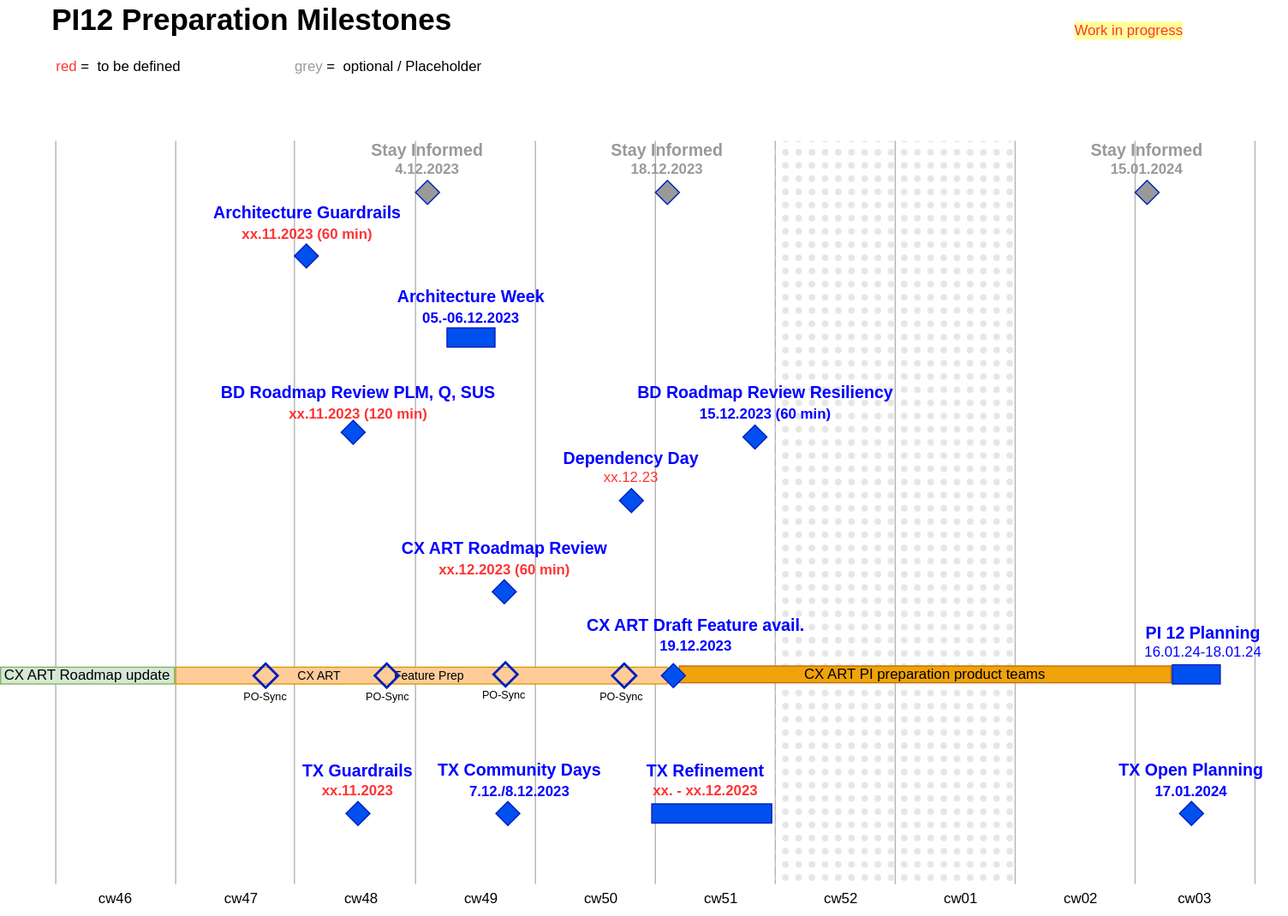
Earlier version of the draw.io export PI12-Preparation-Timeline.drawio.svg (mabige/scratchpad). Source tidied: cells renumbered, new cells last; positions are measured from the earlier drawing's top-left corner, leaving out a move shared by most shapes.
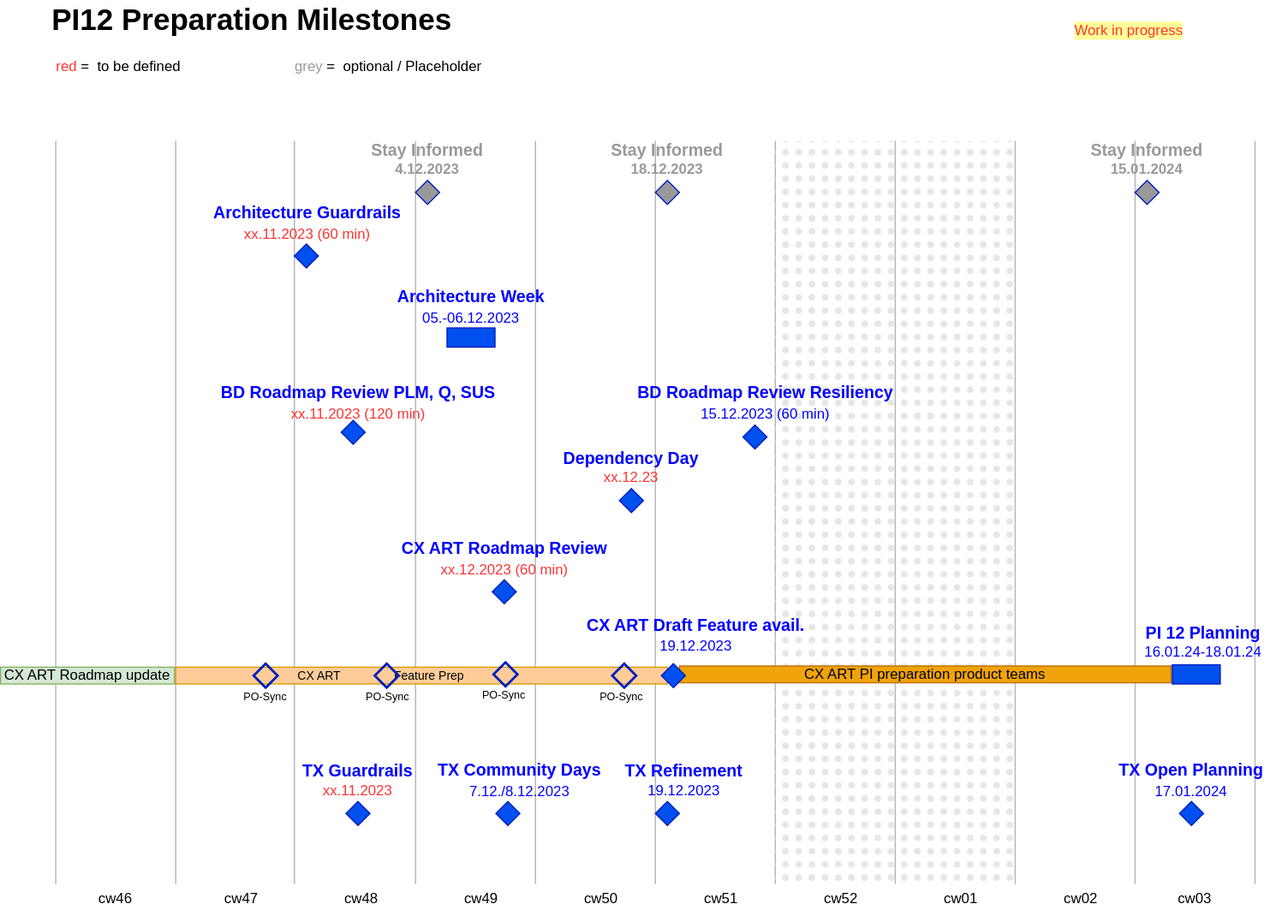
After the change.

The edit, as a diff of the source:
```diff
@@ -137,49 +137,49 @@
     <mxCell id="35" style="rhombus;whiteSpace=wrap;html=1;fillColor=#999999;fontColor=#ffffff;strokeColor=#001DBC;" parent="1" vertex="1">
       <mxGeometry x="946" y="150" width="20" height="20" as="geometry" />
     </mxCell>
-    <mxCell id="36" value="&lt;div style=&quot;font-size: 14px;&quot;&gt;Architecture Guardrails&lt;font style=&quot;font-size: 14px;&quot;&gt;&lt;br&gt;&lt;/font&gt;&lt;font color=&quot;#ff3333&quot; style=&quot;font-size: 12px;&quot;&gt;xx.11.2023&lt;font style=&quot;font-size: 12px;&quot;&gt; (60 min)&lt;br&gt;&lt;/font&gt;&lt;/font&gt;&lt;/div&gt;" style="text;html=1;strokeColor=none;fillColor=none;align=center;verticalAlign=middle;whiteSpace=wrap;rounded=0;fontStyle=1;fontColor=#0000FF;" parent="1" vertex="1">
+    <mxCell id="36" value="&lt;div style=&quot;font-size: 14px;&quot;&gt;Architecture Guardrails&lt;font style=&quot;font-size: 14px;&quot;&gt;&lt;br&gt;&lt;/font&gt;&lt;font color=&quot;#ff3333&quot; style=&quot;font-size: 12px;&quot;&gt;&lt;span style=&quot;font-weight: normal;&quot;&gt;xx.11.2023&lt;/span&gt;&lt;font style=&quot;font-size: 12px;&quot;&gt;&lt;span style=&quot;font-weight: normal;&quot;&gt; (60 min)&lt;/span&gt;&lt;br&gt;&lt;/font&gt;&lt;/font&gt;&lt;/div&gt;" style="text;html=1;strokeColor=none;fillColor=none;align=center;verticalAlign=middle;whiteSpace=wrap;rounded=0;fontStyle=1;fontColor=#0000FF;" parent="1" vertex="1">
       <mxGeometry x="171" y="170" width="170" height="30" as="geometry" />
     </mxCell>
     <mxCell id="37" style="rhombus;whiteSpace=wrap;html=1;fillColor=#0050ef;fontColor=#ffffff;strokeColor=#001DBC;" parent="1" vertex="1">
       <mxGeometry x="245" y="203" width="20" height="20" as="geometry" />
     </mxCell>
-    <mxCell id="38" value="&lt;div style=&quot;font-size: 14px;&quot;&gt;&lt;font style=&quot;font-size: 14px;&quot;&gt;CX ART Roadmap Review&lt;br&gt;&lt;/font&gt;&lt;font color=&quot;#ff3333&quot; style=&quot;font-size: 12px;&quot;&gt;xx.12.2023&lt;font style=&quot;font-size: 12px;&quot;&gt; (60 min)&lt;br&gt;&lt;/font&gt;&lt;/font&gt;&lt;/div&gt;" style="text;html=1;strokeColor=none;fillColor=none;align=center;verticalAlign=middle;whiteSpace=wrap;rounded=0;fontStyle=1;fontColor=#0000FF;" parent="1" vertex="1">
+    <mxCell id="38" value="&lt;div style=&quot;font-size: 14px;&quot;&gt;&lt;font style=&quot;font-size: 14px;&quot;&gt;CX ART Roadmap Review&lt;br&gt;&lt;/font&gt;&lt;font color=&quot;#ff3333&quot; style=&quot;font-size: 12px;&quot;&gt;&lt;span style=&quot;font-weight: normal;&quot;&gt;xx.12.2023&lt;/span&gt;&lt;font style=&quot;font-size: 12px;&quot;&gt;&lt;span style=&quot;font-weight: normal;&quot;&gt; (60 min)&lt;/span&gt;&lt;br&gt;&lt;/font&gt;&lt;/font&gt;&lt;/div&gt;" style="text;html=1;strokeColor=none;fillColor=none;align=center;verticalAlign=middle;whiteSpace=wrap;rounded=0;fontStyle=1;fontColor=#0000FF;" parent="1" vertex="1">
       <mxGeometry x="322.5" y="450" width="195" height="30" as="geometry" />
     </mxCell>
     <mxCell id="39" style="rhombus;whiteSpace=wrap;html=1;fillColor=#0050ef;fontColor=#ffffff;strokeColor=#001DBC;" parent="1" vertex="1">
       <mxGeometry x="410" y="483" width="20" height="20" as="geometry" />
     </mxCell>
-    <mxCell id="40" value="&lt;div style=&quot;font-size: 14px;&quot;&gt;BD Roadmap Review&lt;font style=&quot;font-size: 14px;&quot;&gt; Resiliency&lt;br&gt;&lt;/font&gt;&lt;font style=&quot;font-size: 12px;&quot;&gt;15.12.2023&lt;font style=&quot;font-size: 12px;&quot;&gt; (60 min)&lt;br&gt;&lt;/font&gt;&lt;/font&gt;&lt;/div&gt;" style="text;html=1;strokeColor=none;fillColor=none;align=center;verticalAlign=middle;whiteSpace=wrap;rounded=0;fontStyle=1;fontColor=#0000FF;" parent="1" vertex="1">
+    <mxCell id="40" value="&lt;div style=&quot;font-size: 14px;&quot;&gt;BD Roadmap Review&lt;font style=&quot;font-size: 14px;&quot;&gt; Resiliency&lt;br&gt;&lt;/font&gt;&lt;font style=&quot;font-size: 12px;&quot;&gt;&lt;span style=&quot;font-weight: normal;&quot;&gt;15.12.2023&lt;/span&gt;&lt;font style=&quot;font-size: 12px;&quot;&gt;&lt;span style=&quot;font-weight: normal;&quot;&gt; (60 min)&lt;/span&gt;&lt;br&gt;&lt;/font&gt;&lt;/font&gt;&lt;/div&gt;" style="text;html=1;strokeColor=none;fillColor=none;align=center;verticalAlign=middle;whiteSpace=wrap;rounded=0;fontStyle=1;fontColor=#0000FF;" parent="1" vertex="1">
       <mxGeometry x="503.5" y="320" width="267.5" height="30" as="geometry" />
     </mxCell>
     <mxCell id="41" style="rhombus;whiteSpace=wrap;html=1;fillColor=#0050ef;fontColor=#ffffff;strokeColor=#001DBC;" parent="1" vertex="1">
       <mxGeometry x="619" y="354" width="20" height="20" as="geometry" />
     </mxCell>
-    <mxCell id="42" value="&lt;div style=&quot;font-size: 14px;&quot;&gt;Architecture Week&lt;font style=&quot;font-size: 14px;&quot;&gt;&lt;br&gt;&lt;/font&gt;&lt;font style=&quot;font-size: 12px;&quot;&gt;05.-06.12.2023&lt;/font&gt;&lt;font style=&quot;font-size: 12px;&quot;&gt;&lt;font style=&quot;font-size: 12px;&quot;&gt;&lt;br&gt;&lt;/font&gt;&lt;/font&gt;&lt;/div&gt;" style="text;html=1;strokeColor=none;fillColor=none;align=center;verticalAlign=middle;whiteSpace=wrap;rounded=0;fontStyle=1;fontColor=#0000FF;" parent="1" vertex="1">
+    <mxCell id="42" value="&lt;div style=&quot;font-size: 14px;&quot;&gt;Architecture Week&lt;font style=&quot;font-size: 14px;&quot;&gt;&lt;br&gt;&lt;/font&gt;&lt;font style=&quot;font-size: 12px; font-weight: normal;&quot;&gt;05.-06.12.2023&lt;/font&gt;&lt;font style=&quot;font-size: 12px;&quot;&gt;&lt;font style=&quot;font-size: 12px;&quot;&gt;&lt;br&gt;&lt;/font&gt;&lt;/font&gt;&lt;/div&gt;" style="text;html=1;strokeColor=none;fillColor=none;align=center;verticalAlign=middle;whiteSpace=wrap;rounded=0;fontStyle=1;fontColor=#0000FF;" parent="1" vertex="1">
       <mxGeometry x="296" y="240" width="192.5" height="30" as="geometry" />
     </mxCell>
-    <mxCell id="43" value="&lt;div style=&quot;font-size: 14px;&quot;&gt;TX Open Planning&lt;font style=&quot;font-size: 14px;&quot;&gt;&lt;br&gt;&lt;/font&gt;&lt;font style=&quot;font-size: 12px;&quot;&gt;17.01.2024&lt;font style=&quot;font-size: 12px;&quot;&gt;&lt;br&gt;&lt;/font&gt;&lt;/font&gt;&lt;/div&gt;" style="text;html=1;strokeColor=none;fillColor=none;align=center;verticalAlign=middle;whiteSpace=wrap;rounded=0;fontStyle=1;fontColor=#0000FF;" parent="1" vertex="1">
+    <mxCell id="43" value="&lt;div style=&quot;font-size: 14px;&quot;&gt;TX Open Planning&lt;font style=&quot;font-size: 14px;&quot;&gt;&lt;br&gt;&lt;/font&gt;&lt;font style=&quot;font-size: 12px;&quot;&gt;&lt;span style=&quot;font-weight: normal;&quot;&gt;17.01.2024&lt;/span&gt;&lt;font style=&quot;font-size: 12px;&quot;&gt;&lt;br&gt;&lt;/font&gt;&lt;/font&gt;&lt;/div&gt;" style="text;html=1;strokeColor=none;fillColor=none;align=center;verticalAlign=middle;whiteSpace=wrap;rounded=0;fontStyle=1;fontColor=#0000FF;" parent="1" vertex="1">
       <mxGeometry x="913" y="635" width="160" height="30" as="geometry" />
     </mxCell>
     <mxCell id="44" style="rhombus;whiteSpace=wrap;html=1;fillColor=#0050ef;fontColor=#ffffff;strokeColor=#001DBC;" parent="1" vertex="1">
       <mxGeometry x="983" y="668" width="20" height="20" as="geometry" />
     </mxCell>
-    <mxCell id="45" value="&lt;div&gt;&lt;font style=&quot;font-size: 14px;&quot;&gt;TX Refinement&lt;/font&gt;&lt;font style=&quot;font-size: 14px;&quot;&gt;&lt;br&gt;&lt;/font&gt;&lt;font color=&quot;#ff3333&quot; style=&quot;font-size: 12px;&quot;&gt;xx. - xx.12.2023&lt;font style=&quot;font-size: 12px;&quot;&gt;&lt;br&gt;&lt;/font&gt;&lt;/font&gt;&lt;/div&gt;" style="text;html=1;strokeColor=none;fillColor=none;align=center;verticalAlign=middle;whiteSpace=wrap;rounded=0;fontStyle=1;fontColor=#0000FF;" parent="1" vertex="1">
-      <mxGeometry x="528" y="635" width="120" height="30" as="geometry" />
+    <mxCell id="45" value="&lt;div&gt;&lt;font style=&quot;font-size: 14px;&quot;&gt;TX Refinement&lt;/font&gt;&lt;font style=&quot;font-size: 14px;&quot;&gt;&lt;br&gt;&lt;/font&gt;&lt;font style=&quot;font-size: 12px; font-weight: normal;&quot;&gt;19.12.2023&lt;/font&gt;&lt;font style=&quot;font-size: 12px; font-weight: normal;&quot;&gt;&lt;font style=&quot;font-size: 12px;&quot;&gt;&lt;br&gt;&lt;/font&gt;&lt;/font&gt;&lt;/div&gt;" style="text;html=1;strokeColor=none;fillColor=none;align=center;verticalAlign=middle;whiteSpace=wrap;rounded=0;fontStyle=1;fontColor=#0000FF;" parent="1" vertex="1">
+      <mxGeometry x="510" y="635" width="120" height="30" as="geometry" />
     </mxCell>
-    <mxCell id="46" value="&lt;div&gt;&lt;font style=&quot;font-size: 14px;&quot;&gt;TX Guardrails&lt;/font&gt;&lt;font style=&quot;font-size: 14px;&quot;&gt;&lt;br&gt;&lt;/font&gt;&lt;font color=&quot;#ff3333&quot; style=&quot;font-size: 12px;&quot;&gt;xx.11.2023&lt;font style=&quot;font-size: 12px;&quot;&gt;&lt;br&gt;&lt;/font&gt;&lt;/font&gt;&lt;/div&gt;" style="text;html=1;strokeColor=none;fillColor=none;align=center;verticalAlign=middle;whiteSpace=wrap;rounded=0;fontStyle=1;fontColor=#0000FF;" parent="1" vertex="1">
+    <mxCell id="46" value="&lt;div&gt;&lt;font style=&quot;font-size: 14px;&quot;&gt;TX Guardrails&lt;/font&gt;&lt;font style=&quot;font-size: 14px;&quot;&gt;&lt;br&gt;&lt;/font&gt;&lt;font color=&quot;#ff3333&quot; style=&quot;font-size: 12px;&quot;&gt;&lt;span style=&quot;font-weight: normal;&quot;&gt;xx.11.2023&lt;/span&gt;&lt;font style=&quot;font-size: 12px;&quot;&gt;&lt;br&gt;&lt;/font&gt;&lt;/font&gt;&lt;/div&gt;" style="text;html=1;strokeColor=none;fillColor=none;align=center;verticalAlign=middle;whiteSpace=wrap;rounded=0;fontStyle=1;fontColor=#0000FF;" parent="1" vertex="1">
       <mxGeometry x="238" y="635" width="120" height="30" as="geometry" />
     </mxCell>
     <mxCell id="47" style="rhombus;whiteSpace=wrap;html=1;fillColor=#0050ef;fontColor=#ffffff;strokeColor=#001DBC;" parent="1" vertex="1">
       <mxGeometry x="288" y="668" width="20" height="20" as="geometry" />
     </mxCell>
-    <mxCell id="48" value="&lt;div style=&quot;font-size: 14px;&quot;&gt;TX Community Days&lt;font style=&quot;font-size: 12px;&quot;&gt;&lt;br&gt;7.12./8.12.2023&lt;/font&gt;&lt;font style=&quot;font-size: 12px;&quot;&gt;&lt;font style=&quot;font-size: 12px;&quot;&gt;&lt;br&gt;&lt;/font&gt;&lt;/font&gt;&lt;/div&gt;" style="text;html=1;strokeColor=none;fillColor=none;align=center;verticalAlign=middle;whiteSpace=wrap;rounded=0;fontStyle=1;fontColor=#0000FF;" parent="1" vertex="1">
+    <mxCell id="48" value="&lt;div style=&quot;font-size: 14px;&quot;&gt;TX Community Days&lt;font style=&quot;font-size: 12px;&quot;&gt;&lt;br&gt;&lt;span style=&quot;font-weight: normal;&quot;&gt;7.12./8.12.2023&lt;/span&gt;&lt;/font&gt;&lt;font style=&quot;font-size: 12px;&quot;&gt;&lt;font style=&quot;font-size: 12px;&quot;&gt;&lt;br&gt;&lt;/font&gt;&lt;/font&gt;&lt;/div&gt;" style="text;html=1;strokeColor=none;fillColor=none;align=center;verticalAlign=middle;whiteSpace=wrap;rounded=0;fontStyle=1;fontColor=#0000FF;" parent="1" vertex="1">
       <mxGeometry x="363" y="635" width="140" height="30" as="geometry" />
     </mxCell>
     <mxCell id="49" style="rhombus;whiteSpace=wrap;html=1;fillColor=#0050ef;fontColor=#ffffff;strokeColor=#001DBC;" parent="1" vertex="1">
       <mxGeometry x="413" y="668" width="20" height="20" as="geometry" />
     </mxCell>
-    <mxCell id="50" value="&lt;div style=&quot;font-size: 14px;&quot;&gt;CX ART Draft Feature&lt;font style=&quot;font-size: 14px;&quot;&gt; avail.&lt;br&gt;&lt;/font&gt;&lt;font style=&quot;font-size: 12px;&quot;&gt;19.12.2023&lt;font style=&quot;font-size: 12px;&quot;&gt;&lt;br&gt;&lt;/font&gt;&lt;/font&gt;&lt;/div&gt;" style="text;html=1;strokeColor=none;fillColor=none;align=center;verticalAlign=middle;whiteSpace=wrap;rounded=0;fontStyle=1;fontColor=#0000FF;" parent="1" vertex="1">
+    <mxCell id="50" value="&lt;div style=&quot;font-size: 14px;&quot;&gt;CX ART Draft Feature&lt;font style=&quot;font-size: 14px;&quot;&gt; avail.&lt;br&gt;&lt;/font&gt;&lt;font style=&quot;font-size: 12px;&quot;&gt;&lt;span style=&quot;font-weight: normal;&quot;&gt;19.12.2023&lt;/span&gt;&lt;font style=&quot;font-size: 12px;&quot;&gt;&lt;br&gt;&lt;/font&gt;&lt;/font&gt;&lt;/div&gt;" style="text;html=1;strokeColor=none;fillColor=none;align=center;verticalAlign=middle;whiteSpace=wrap;rounded=0;fontStyle=1;fontColor=#0000FF;" parent="1" vertex="1">
       <mxGeometry x="470" y="514" width="220" height="30" as="geometry" />
     </mxCell>
     <mxCell id="51" value="PI12 Preparation Milestones" style="text;html=1;strokeColor=none;fillColor=none;align=left;verticalAlign=middle;whiteSpace=wrap;rounded=0;fontSize=25;fontStyle=1;" parent="1" vertex="1">
@@ -188,9 +188,6 @@
     <mxCell id="52" style="rounded=0;whiteSpace=wrap;html=1;fillColor=#0050ef;fontColor=#ffffff;strokeColor=#001DBC;" parent="1" vertex="1">
       <mxGeometry x="372.2" y="273" width="40" height="16" as="geometry" />
     </mxCell>
-    <mxCell id="53" style="rounded=0;whiteSpace=wrap;html=1;fillColor=#0050ef;fontColor=#ffffff;strokeColor=#001DBC;" parent="1" vertex="1">
-      <mxGeometry x="543" y="670" width="100" height="16" as="geometry" />
-    </mxCell>
     <mxCell id="54" value="CX ART PI preparation product teams" style="rounded=0;whiteSpace=wrap;html=1;fillColor=#f0a30a;fontColor=#000000;strokeColor=#BD7000;" parent="1" vertex="1">
       <mxGeometry x="566" y="555" width="410" height="14" as="geometry" />
     </mxCell>
@@ -236,11 +233,14 @@
     <mxCell id="68" value="&lt;font style=&quot;font-size: 9px;&quot;&gt;PO-Sync&lt;/font&gt;" style="text;html=1;strokeColor=none;fillColor=none;align=center;verticalAlign=middle;whiteSpace=wrap;rounded=0;" parent="1" vertex="1">
       <mxGeometry x="488" y="565" width="60" height="30" as="geometry" />
     </mxCell>
-    <mxCell id="69" value="&lt;div style=&quot;font-size: 14px;&quot;&gt;BD Roadmap Review&lt;font style=&quot;font-size: 14px;&quot;&gt; PLM, Q, SUS&lt;br&gt;&lt;/font&gt;&lt;font color=&quot;#ff3333&quot; style=&quot;font-size: 12px;&quot;&gt;xx.11.2023&lt;font style=&quot;font-size: 12px;&quot;&gt; (120 min)&lt;br&gt;&lt;/font&gt;&lt;/font&gt;&lt;/div&gt;" style="text;html=1;strokeColor=none;fillColor=none;align=center;verticalAlign=middle;whiteSpace=wrap;rounded=0;fontStyle=1;fontColor=#0000FF;" parent="1" vertex="1">
+    <mxCell id="69" value="&lt;div style=&quot;font-size: 14px;&quot;&gt;BD Roadmap Review&lt;font style=&quot;font-size: 14px;&quot;&gt; PLM, Q, SUS&lt;br&gt;&lt;/font&gt;&lt;font color=&quot;#ff3333&quot; style=&quot;font-size: 12px;&quot;&gt;&lt;span style=&quot;font-weight: normal;&quot;&gt;xx.11.2023&lt;/span&gt;&lt;font style=&quot;font-size: 12px;&quot;&gt;&lt;span style=&quot;font-weight: normal;&quot;&gt; (120 min)&lt;/span&gt;&lt;br&gt;&lt;/font&gt;&lt;/font&gt;&lt;/div&gt;" style="text;html=1;strokeColor=none;fillColor=none;align=center;verticalAlign=middle;whiteSpace=wrap;rounded=0;fontStyle=1;fontColor=#0000FF;" parent="1" vertex="1">
       <mxGeometry x="167.2" y="320" width="262.5" height="30" as="geometry" />
     </mxCell>
     <mxCell id="70" style="rhombus;whiteSpace=wrap;html=1;fillColor=#0050ef;fontColor=#ffffff;strokeColor=#001DBC;" parent="1" vertex="1">
       <mxGeometry x="284" y="350" width="20" height="20" as="geometry" />
     </mxCell>
+    <mxCell id="71" style="rhombus;whiteSpace=wrap;html=1;fillColor=#0050ef;fontColor=#ffffff;strokeColor=#001DBC;" parent="1" vertex="1">
+      <mxGeometry x="546" y="668" width="20" height="20" as="geometry" />
+    </mxCell>
   </root>
 </mxGraphModel>
```
